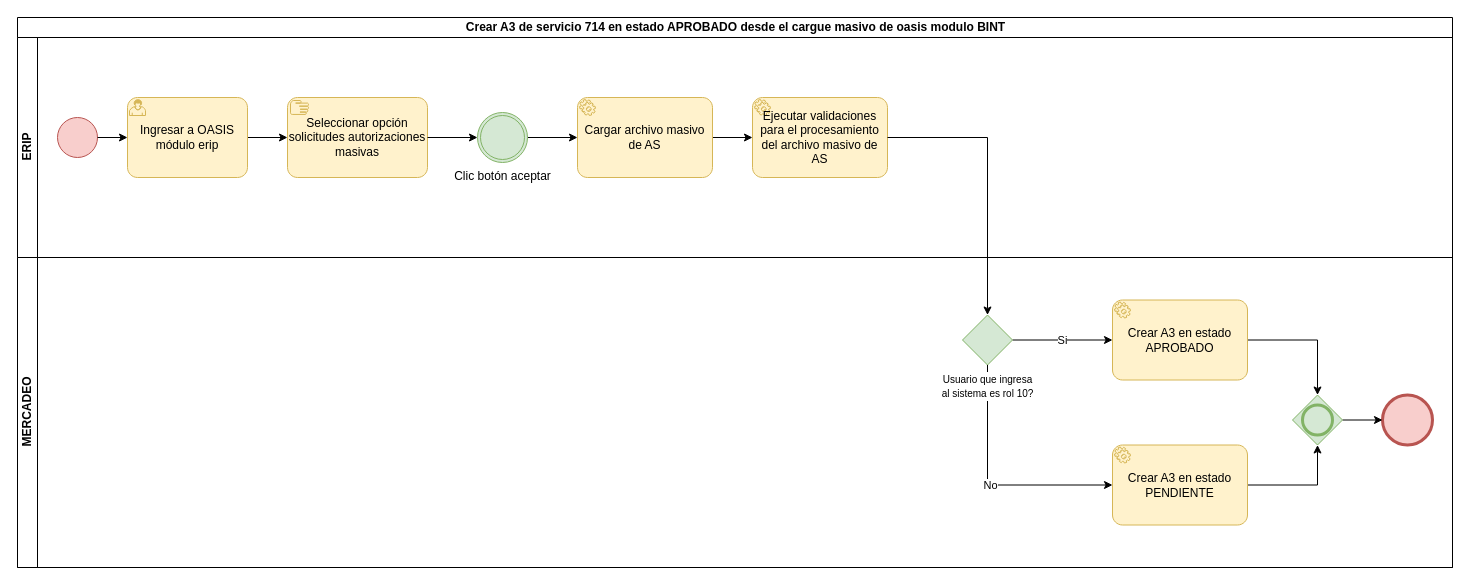
Above: RES-727.drawio in kevinjporto/Diagramas-de-procesos (draw.io), before the change. Source tidied: cells renumbered, new cells numbered last; positions are measured from the earlier drawing's top-left corner, leaving out a move shared by most shapes. Both pictures are drawn from the tidied source at 100%, with x=0, y=0 at pixel (17, 17).
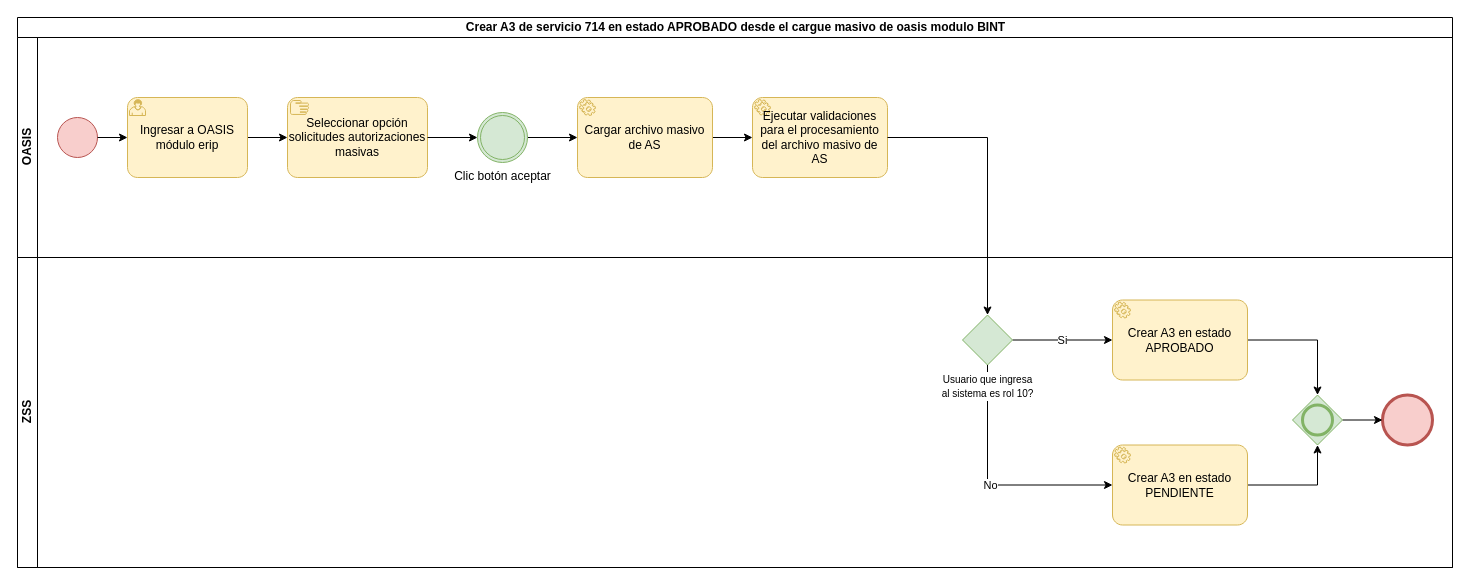
Above is the later version.

Unchanged cells that the change refers to:
```xml
<mxCell id="2" value="Crear A3 de servicio 714 en estado APROBADO desde el cargue masivo de oasis modulo BINT" style="swimlane;horizontal=1;startSize=20;html=1;" parent="1" vertex="1">
  <mxGeometry width="1435" height="550" as="geometry" />
</mxCell>
```

Diff of the diagram source:
```diff
@@
-    <mxCell id="3" value="ERIP" style="swimlane;startSize=20;horizontal=0;html=1;" parent="2" vertex="1">
+    <mxCell id="3" value="OASIS" style="swimlane;startSize=20;horizontal=0;html=1;" parent="2" vertex="1">
       <mxGeometry y="20" width="1435" height="220" as="geometry" />
     </mxCell>
@@
-    <mxCell id="15" value="MERCADEO" style="swimlane;startSize=20;horizontal=0;html=1;" parent="2" vertex="1">
+    <mxCell id="15" value="ZSS" style="swimlane;startSize=20;horizontal=0;html=1;" parent="2" vertex="1">
       <mxGeometry y="240" width="1435" height="310" as="geometry" />
     </mxCell>
```
